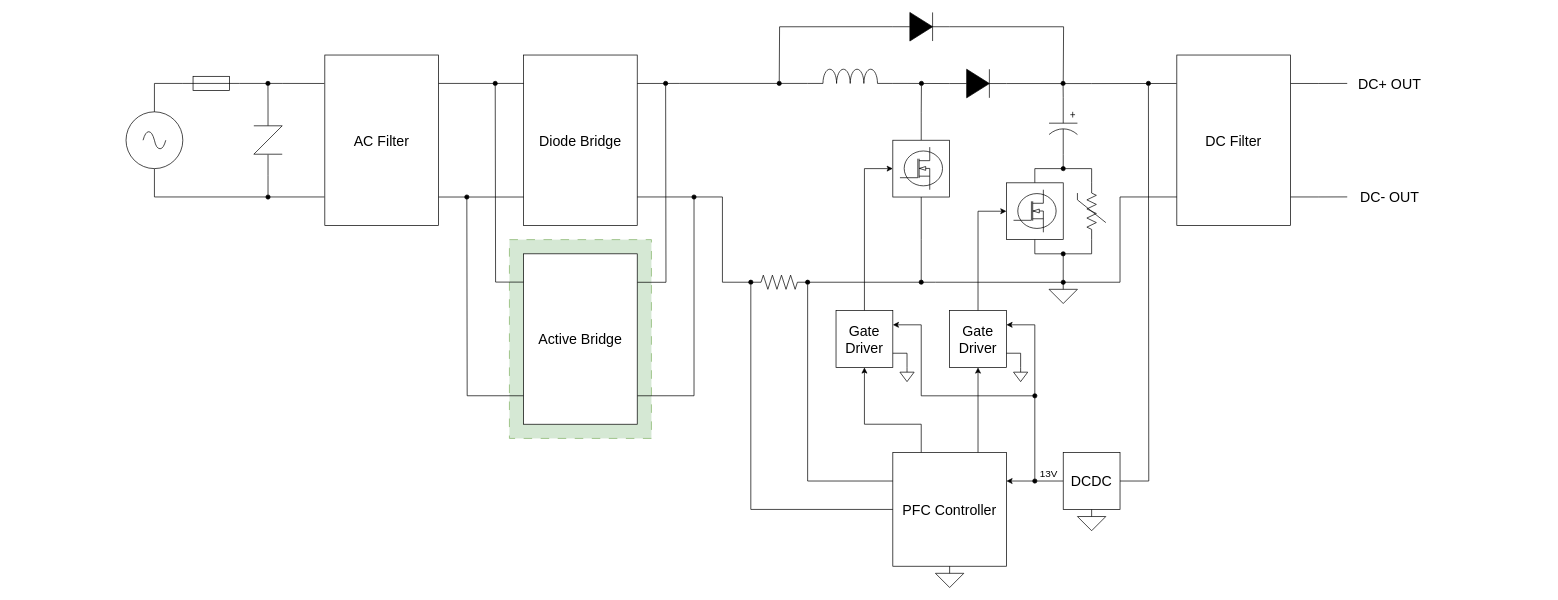
Earlier version of the draw.io diagram designdocs/main-board-bd.drawio (ST04-tkmr/FET-PCB-ac-dc). Source tidied: cells renumbered, new cells numbered last; positions are measured from the earlier drawing's top-left corner, leaving out a move shared by most shapes. Both pictures are drawn from the tidied source at 71%, with x=0, y=0 at pixel (126, 12).
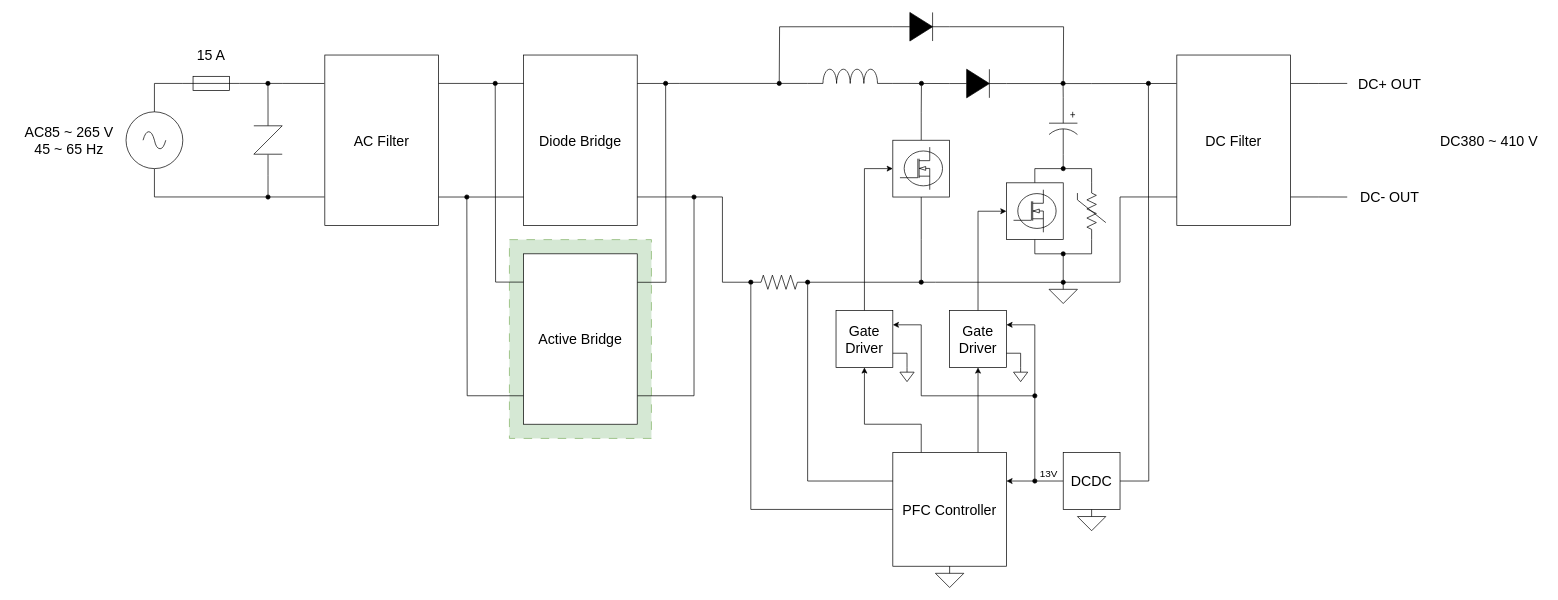
After the change.

Commit message:
add in/out spec

The edit, as a diff of the source:
```diff
@@
     <mxCell id="51" value="DC- OUT" style="text;html=1;align=center;verticalAlign=middle;whiteSpace=wrap;rounded=0;fontFamily=Helvetica;fontSize=20;fontColor=default;labelBackgroundColor=default;" parent="1" vertex="1">
-      <mxGeometry x="1720" y="240" width="120" height="39.7" as="geometry" />
+      <mxGeometry x="1720" y="240" width="120" height="40" as="geometry" />
     </mxCell>
@@
+    <mxCell id="76" value="AC85 ~ 265 V&lt;div&gt;45 ~ 65 Hz&lt;/div&gt;" style="text;html=1;align=center;verticalAlign=middle;whiteSpace=wrap;rounded=0;fontFamily=Helvetica;fontSize=20;fontColor=default;labelBackgroundColor=default;" parent="1" vertex="1">
+      <mxGeometry x="-160" y="140" width="160" height="80" as="geometry" />
+    </mxCell>
+    <mxCell id="77" value="DC380 ~ 410 V" style="text;html=1;align=center;verticalAlign=middle;whiteSpace=wrap;rounded=0;fontFamily=Helvetica;fontSize=20;fontColor=default;labelBackgroundColor=default;" parent="1" vertex="1">
+      <mxGeometry x="1840" y="160" width="160" height="40" as="geometry" />
+    </mxCell>
+    <mxCell id="78" value="15 A" style="text;html=1;align=center;verticalAlign=middle;whiteSpace=wrap;rounded=0;fontFamily=Helvetica;fontSize=20;fontColor=default;labelBackgroundColor=default;" parent="1" vertex="1">
+      <mxGeometry x="40" y="40" width="160" height="40" as="geometry" />
+    </mxCell>
```
